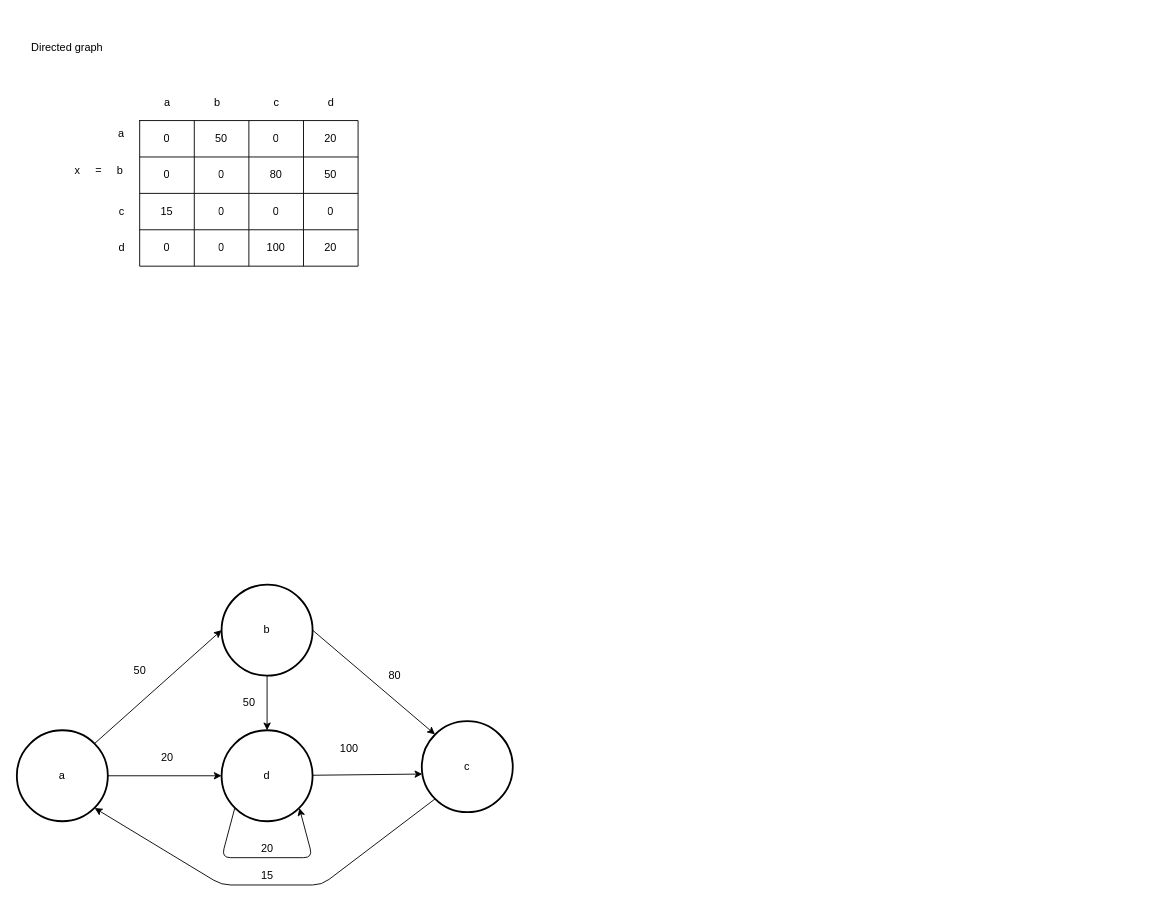
The draw.io diagram Chapter8/Adjacency Matrix.drawio in ZonaphatINET/65-2_Problem-Solving, before the edit. Source tidied: cells renumbered, new cells numbered last; positions are measured from the earlier drawing's top-left corner, leaving out a move shared by most shapes. Both pictures are drawn from the tidied source at 91%, with x=0, y=0 at pixel (16, 34).
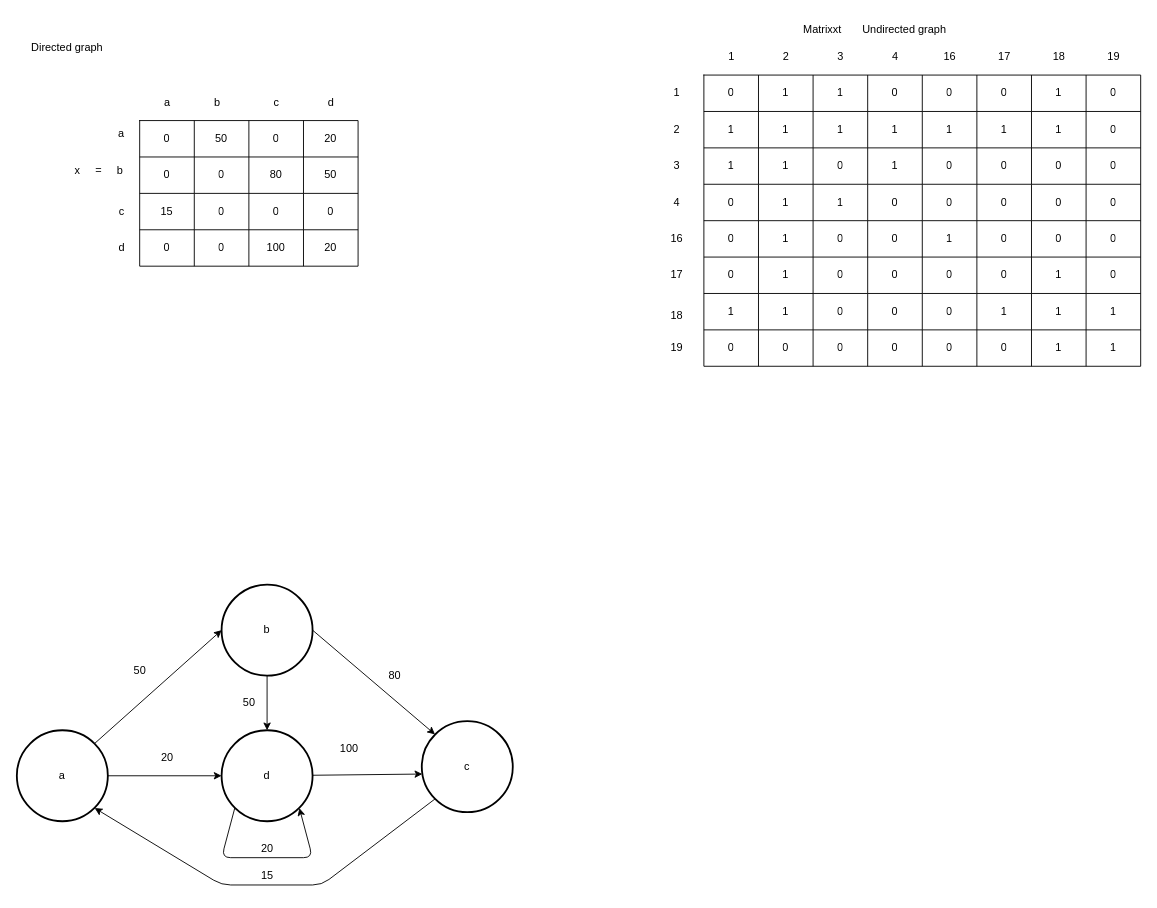
The same diagram, later.

Change to the diagram source:
```diff
@@
+    <mxCell id="50" style="shape=table;startSize=0;childLayout=tableLayout;" parent="1" vertex="1">
+      <mxGeometry x="755" y="45" width="480" height="320" as="geometry" />
+    </mxCell>
+    <mxCell id="51" style="shape=tableRow;horizontal=0;startSize=0;swimlaneHead=0;swimlaneBody=0;top=0;left=0;bottom=0;right=0;fillColor=none;" parent="50" vertex="1">
+      <mxGeometry width="480" height="40" as="geometry" />
+    </mxCell>
+    <mxCell id="52" value="0" style="shape=partialRectangle;html=1;whiteSpace=wrap;overflow=hidden;fillColor=none;top=0;left=0;bottom=0;right=0;" parent="51" vertex="1">
+      <mxGeometry width="60" height="40" as="geometry" />
+    </mxCell>
+    <mxCell id="53" value="1" style="shape=partialRectangle;html=1;whiteSpace=wrap;overflow=hidden;fillColor=none;top=0;left=0;bottom=0;right=0;" parent="51" vertex="1">
+      <mxGeometry x="60" width="60" height="40" as="geometry" />
+    </mxCell>
+    <mxCell id="54" value="1" style="shape=partialRectangle;html=1;whiteSpace=wrap;overflow=hidden;fillColor=none;top=0;left=0;bottom=0;right=0;" parent="51" vertex="1">
+      <mxGeometry x="120" width="60" height="40" as="geometry" />
+    </mxCell>
+    <mxCell id="55" value="0" style="shape=partialRectangle;html=1;whiteSpace=wrap;overflow=hidden;fillColor=none;top=0;left=0;bottom=0;right=0;" parent="51" vertex="1">
+      <mxGeometry x="180" width="60" height="40" as="geometry" />
+    </mxCell>
+    <mxCell id="56" value="0" style="shape=partialRectangle;html=1;whiteSpace=wrap;overflow=hidden;fillColor=none;top=0;left=0;bottom=0;right=0;" parent="51" vertex="1">
+      <mxGeometry x="240" width="60" height="40" as="geometry" />
+    </mxCell>
+    <mxCell id="57" value="0" style="shape=partialRectangle;html=1;whiteSpace=wrap;overflow=hidden;fillColor=none;top=0;left=0;bottom=0;right=0;" parent="51" vertex="1">
+      <mxGeometry x="300" width="60" height="40" as="geometry" />
+    </mxCell>
+    <mxCell id="58" value="1" style="shape=partialRectangle;html=1;whiteSpace=wrap;overflow=hidden;fillColor=none;top=0;left=0;bottom=0;right=0;" parent="51" vertex="1">
+      <mxGeometry x="360" width="60" height="40" as="geometry" />
+    </mxCell>
+    <mxCell id="59" value="0" style="shape=partialRectangle;html=1;whiteSpace=wrap;overflow=hidden;fillColor=none;top=0;left=0;bottom=0;right=0;" parent="51" vertex="1">
+      <mxGeometry x="420" width="60" height="40" as="geometry" />
+    </mxCell>
+    <mxCell id="60" style="shape=tableRow;horizontal=0;startSize=0;swimlaneHead=0;swimlaneBody=0;top=0;left=0;bottom=0;right=0;fillColor=none;" parent="50" vertex="1">
+      <mxGeometry y="40" width="480" height="40" as="geometry" />
+    </mxCell>
+    <mxCell id="61" value="1" style="shape=partialRectangle;html=1;whiteSpace=wrap;overflow=hidden;fillColor=none;top=0;left=0;bottom=0;right=0;" parent="60" vertex="1">
+      <mxGeometry width="60" height="40" as="geometry" />
+    </mxCell>
+    <mxCell id="62" value="1" style="shape=partialRectangle;html=1;whiteSpace=wrap;overflow=hidden;fillColor=none;top=0;left=0;bottom=0;right=0;" parent="60" vertex="1">
+      <mxGeometry x="60" width="60" height="40" as="geometry" />
+    </mxCell>
+    <mxCell id="63" value="1" style="shape=partialRectangle;html=1;whiteSpace=wrap;overflow=hidden;fillColor=none;top=0;left=0;bottom=0;right=0;" parent="60" vertex="1">
+      <mxGeometry x="120" width="60" height="40" as="geometry" />
+    </mxCell>
+    <mxCell id="64" value="1" style="shape=partialRectangle;html=1;whiteSpace=wrap;overflow=hidden;fillColor=none;top=0;left=0;bottom=0;right=0;" parent="60" vertex="1">
+      <mxGeometry x="180" width="60" height="40" as="geometry" />
+    </mxCell>
+    <mxCell id="65" value="1" style="shape=partialRectangle;html=1;whiteSpace=wrap;overflow=hidden;fillColor=none;top=0;left=0;bottom=0;right=0;" parent="60" vertex="1">
+      <mxGeometry x="240" width="60" height="40" as="geometry" />
+    </mxCell>
+    <mxCell id="66" value="1" style="shape=partialRectangle;html=1;whiteSpace=wrap;overflow=hidden;fillColor=none;top=0;left=0;bottom=0;right=0;" parent="60" vertex="1">
+      <mxGeometry x="300" width="60" height="40" as="geometry" />
+    </mxCell>
+    <mxCell id="67" value="1" style="shape=partialRectangle;html=1;whiteSpace=wrap;overflow=hidden;fillColor=none;top=0;left=0;bottom=0;right=0;" parent="60" vertex="1">
+      <mxGeometry x="360" width="60" height="40" as="geometry" />
+    </mxCell>
+    <mxCell id="68" value="0" style="shape=partialRectangle;html=1;whiteSpace=wrap;overflow=hidden;fillColor=none;top=0;left=0;bottom=0;right=0;" parent="60" vertex="1">
+      <mxGeometry x="420" width="60" height="40" as="geometry" />
+    </mxCell>
+    <mxCell id="69" style="shape=tableRow;horizontal=0;startSize=0;swimlaneHead=0;swimlaneBody=0;top=0;left=0;bottom=0;right=0;fillColor=none;" parent="50" vertex="1">
+      <mxGeometry y="80" width="480" height="40" as="geometry" />
+    </mxCell>
+    <mxCell id="70" value="1" style="shape=partialRectangle;html=1;whiteSpace=wrap;overflow=hidden;fillColor=none;top=0;left=0;bottom=0;right=0;" parent="69" vertex="1">
+      <mxGeometry width="60" height="40" as="geometry" />
+    </mxCell>
+    <mxCell id="71" value="1" style="shape=partialRectangle;html=1;whiteSpace=wrap;overflow=hidden;fillColor=none;top=0;left=0;bottom=0;right=0;" parent="69" vertex="1">
+      <mxGeometry x="60" width="60" height="40" as="geometry" />
+    </mxCell>
+    <mxCell id="72" value="0" style="shape=partialRectangle;html=1;whiteSpace=wrap;overflow=hidden;fillColor=none;top=0;left=0;bottom=0;right=0;" parent="69" vertex="1">
+      <mxGeometry x="120" width="60" height="40" as="geometry" />
+    </mxCell>
+    <mxCell id="73" value="1" style="shape=partialRectangle;html=1;whiteSpace=wrap;overflow=hidden;fillColor=none;top=0;left=0;bottom=0;right=0;" parent="69" vertex="1">
+      <mxGeometry x="180" width="60" height="40" as="geometry" />
+    </mxCell>
+    <mxCell id="74" value="0" style="shape=partialRectangle;html=1;whiteSpace=wrap;overflow=hidden;fillColor=none;top=0;left=0;bottom=0;right=0;" parent="69" vertex="1">
+      <mxGeometry x="240" width="60" height="40" as="geometry" />
+    </mxCell>
+    <mxCell id="75" value="0" style="shape=partialRectangle;html=1;whiteSpace=wrap;overflow=hidden;fillColor=none;top=0;left=0;bottom=0;right=0;" parent="69" vertex="1">
+      <mxGeometry x="300" width="60" height="40" as="geometry" />
+    </mxCell>
+    <mxCell id="76" value="0" style="shape=partialRectangle;html=1;whiteSpace=wrap;overflow=hidden;fillColor=none;top=0;left=0;bottom=0;right=0;" parent="69" vertex="1">
+      <mxGeometry x="360" width="60" height="40" as="geometry" />
+    </mxCell>
+    <mxCell id="77" value="0" style="shape=partialRectangle;html=1;whiteSpace=wrap;overflow=hidden;fillColor=none;top=0;left=0;bottom=0;right=0;" parent="69" vertex="1">
+      <mxGeometry x="420" width="60" height="40" as="geometry" />
+    </mxCell>
+    <mxCell id="78" style="shape=tableRow;horizontal=0;startSize=0;swimlaneHead=0;swimlaneBody=0;top=0;left=0;bottom=0;right=0;fillColor=none;" parent="50" vertex="1">
+      <mxGeometry y="120" width="480" height="40" as="geometry" />
+    </mxCell>
+    <mxCell id="79" value="0" style="shape=partialRectangle;html=1;whiteSpace=wrap;overflow=hidden;fillColor=none;top=0;left=0;bottom=0;right=0;" parent="78" vertex="1">
+      <mxGeometry width="60" height="40" as="geometry" />
+    </mxCell>
+    <mxCell id="80" value="1" style="shape=partialRectangle;html=1;whiteSpace=wrap;overflow=hidden;fillColor=none;top=0;left=0;bottom=0;right=0;" parent="78" vertex="1">
+      <mxGeometry x="60" width="60" height="40" as="geometry" />
+    </mxCell>
+    <mxCell id="81" value="1" style="shape=partialRectangle;html=1;whiteSpace=wrap;overflow=hidden;fillColor=none;top=0;left=0;bottom=0;right=0;" parent="78" vertex="1">
+      <mxGeometry x="120" width="60" height="40" as="geometry" />
+    </mxCell>
+    <mxCell id="82" value="0" style="shape=partialRectangle;html=1;whiteSpace=wrap;overflow=hidden;fillColor=none;top=0;left=0;bottom=0;right=0;" parent="78" vertex="1">
+      <mxGeometry x="180" width="60" height="40" as="geometry" />
+    </mxCell>
+    <mxCell id="83" value="0" style="shape=partialRectangle;html=1;whiteSpace=wrap;overflow=hidden;fillColor=none;top=0;left=0;bottom=0;right=0;" parent="78" vertex="1">
+      <mxGeometry x="240" width="60" height="40" as="geometry" />
+    </mxCell>
+    <mxCell id="84" value="0" style="shape=partialRectangle;html=1;whiteSpace=wrap;overflow=hidden;fillColor=none;top=0;left=0;bottom=0;right=0;" parent="78" vertex="1">
+      <mxGeometry x="300" width="60" height="40" as="geometry" />
+    </mxCell>
+    <mxCell id="85" value="0" style="shape=partialRectangle;html=1;whiteSpace=wrap;overflow=hidden;fillColor=none;top=0;left=0;bottom=0;right=0;" parent="78" vertex="1">
+      <mxGeometry x="360" width="60" height="40" as="geometry" />
+    </mxCell>
+    <mxCell id="86" value="0" style="shape=partialRectangle;html=1;whiteSpace=wrap;overflow=hidden;fillColor=none;top=0;left=0;bottom=0;right=0;" parent="78" vertex="1">
+      <mxGeometry x="420" width="60" height="40" as="geometry" />
+    </mxCell>
+    <mxCell id="87" style="shape=tableRow;horizontal=0;startSize=0;swimlaneHead=0;swimlaneBody=0;top=0;left=0;bottom=0;right=0;fillColor=none;" parent="50" vertex="1">
+      <mxGeometry y="160" width="480" height="40" as="geometry" />
+    </mxCell>
+    <mxCell id="88" value="0" style="shape=partialRectangle;html=1;whiteSpace=wrap;overflow=hidden;fillColor=none;top=0;left=0;bottom=0;right=0;" parent="87" vertex="1">
+      <mxGeometry width="60" height="40" as="geometry" />
+    </mxCell>
+    <mxCell id="89" value="1" style="shape=partialRectangle;html=1;whiteSpace=wrap;overflow=hidden;fillColor=none;top=0;left=0;bottom=0;right=0;" parent="87" vertex="1">
+      <mxGeometry x="60" width="60" height="40" as="geometry" />
+    </mxCell>
+    <mxCell id="90" value="0" style="shape=partialRectangle;html=1;whiteSpace=wrap;overflow=hidden;fillColor=none;top=0;left=0;bottom=0;right=0;" parent="87" vertex="1">
+      <mxGeometry x="120" width="60" height="40" as="geometry" />
+    </mxCell>
+    <mxCell id="91" value="0" style="shape=partialRectangle;html=1;whiteSpace=wrap;overflow=hidden;fillColor=none;top=0;left=0;bottom=0;right=0;" parent="87" vertex="1">
+      <mxGeometry x="180" width="60" height="40" as="geometry" />
+    </mxCell>
+    <mxCell id="92" value="1" style="shape=partialRectangle;html=1;whiteSpace=wrap;overflow=hidden;fillColor=none;top=0;left=0;bottom=0;right=0;" parent="87" vertex="1">
+      <mxGeometry x="240" width="60" height="40" as="geometry" />
+    </mxCell>
+    <mxCell id="93" value="0" style="shape=partialRectangle;html=1;whiteSpace=wrap;overflow=hidden;fillColor=none;top=0;left=0;bottom=0;right=0;" parent="87" vertex="1">
+      <mxGeometry x="300" width="60" height="40" as="geometry" />
+    </mxCell>
+    <mxCell id="94" value="0" style="shape=partialRectangle;html=1;whiteSpace=wrap;overflow=hidden;fillColor=none;top=0;left=0;bottom=0;right=0;" parent="87" vertex="1">
+      <mxGeometry x="360" width="60" height="40" as="geometry" />
+    </mxCell>
+    <mxCell id="95" value="0" style="shape=partialRectangle;html=1;whiteSpace=wrap;overflow=hidden;fillColor=none;top=0;left=0;bottom=0;right=0;" parent="87" vertex="1">
+      <mxGeometry x="420" width="60" height="40" as="geometry" />
+    </mxCell>
+    <mxCell id="96" style="shape=tableRow;horizontal=0;startSize=0;swimlaneHead=0;swimlaneBody=0;top=0;left=0;bottom=0;right=0;fillColor=none;" parent="50" vertex="1">
+      <mxGeometry y="200" width="480" height="40" as="geometry" />
+    </mxCell>
+    <mxCell id="97" value="0" style="shape=partialRectangle;html=1;whiteSpace=wrap;overflow=hidden;fillColor=none;top=0;left=0;bottom=0;right=0;" parent="96" vertex="1">
+      <mxGeometry width="60" height="40" as="geometry" />
+    </mxCell>
+    <mxCell id="98" value="1" style="shape=partialRectangle;html=1;whiteSpace=wrap;overflow=hidden;fillColor=none;top=0;left=0;bottom=0;right=0;" parent="96" vertex="1">
+      <mxGeometry x="60" width="60" height="40" as="geometry" />
+    </mxCell>
+    <mxCell id="99" value="0" style="shape=partialRectangle;html=1;whiteSpace=wrap;overflow=hidden;fillColor=none;top=0;left=0;bottom=0;right=0;" parent="96" vertex="1">
+      <mxGeometry x="120" width="60" height="40" as="geometry" />
+    </mxCell>
+    <mxCell id="100" value="0" style="shape=partialRectangle;html=1;whiteSpace=wrap;overflow=hidden;fillColor=none;top=0;left=0;bottom=0;right=0;" parent="96" vertex="1">
+      <mxGeometry x="180" width="60" height="40" as="geometry" />
+    </mxCell>
+    <mxCell id="101" value="0" style="shape=partialRectangle;html=1;whiteSpace=wrap;overflow=hidden;fillColor=none;top=0;left=0;bottom=0;right=0;" parent="96" vertex="1">
+      <mxGeometry x="240" width="60" height="40" as="geometry" />
+    </mxCell>
+    <mxCell id="102" value="0" style="shape=partialRectangle;html=1;whiteSpace=wrap;overflow=hidden;fillColor=none;top=0;left=0;bottom=0;right=0;" parent="96" vertex="1">
+      <mxGeometry x="300" width="60" height="40" as="geometry" />
+    </mxCell>
+    <mxCell id="103" value="1" style="shape=partialRectangle;html=1;whiteSpace=wrap;overflow=hidden;fillColor=none;top=0;left=0;bottom=0;right=0;" parent="96" vertex="1">
+      <mxGeometry x="360" width="60" height="40" as="geometry" />
+    </mxCell>
+    <mxCell id="104" value="0" style="shape=partialRectangle;html=1;whiteSpace=wrap;overflow=hidden;fillColor=none;top=0;left=0;bottom=0;right=0;" parent="96" vertex="1">
+      <mxGeometry x="420" width="60" height="40" as="geometry" />
+    </mxCell>
+    <mxCell id="105" style="shape=tableRow;horizontal=0;startSize=0;swimlaneHead=0;swimlaneBody=0;top=0;left=0;bottom=0;right=0;fillColor=none;" parent="50" vertex="1">
+      <mxGeometry y="240" width="480" height="40" as="geometry" />
+    </mxCell>
+    <mxCell id="106" value="1" style="shape=partialRectangle;html=1;whiteSpace=wrap;overflow=hidden;fillColor=none;top=0;left=0;bottom=0;right=0;" parent="105" vertex="1">
+      <mxGeometry width="60" height="40" as="geometry" />
+    </mxCell>
+    <mxCell id="107" value="1" style="shape=partialRectangle;html=1;whiteSpace=wrap;overflow=hidden;fillColor=none;top=0;left=0;bottom=0;right=0;" parent="105" vertex="1">
+      <mxGeometry x="60" width="60" height="40" as="geometry" />
+    </mxCell>
+    <mxCell id="108" value="0" style="shape=partialRectangle;html=1;whiteSpace=wrap;overflow=hidden;fillColor=none;top=0;left=0;bottom=0;right=0;" parent="105" vertex="1">
+      <mxGeometry x="120" width="60" height="40" as="geometry" />
+    </mxCell>
+    <mxCell id="109" value="0" style="shape=partialRectangle;html=1;whiteSpace=wrap;overflow=hidden;fillColor=none;top=0;left=0;bottom=0;right=0;" parent="105" vertex="1">
+      <mxGeometry x="180" width="60" height="40" as="geometry" />
+    </mxCell>
+    <mxCell id="110" value="0" style="shape=partialRectangle;html=1;whiteSpace=wrap;overflow=hidden;fillColor=none;top=0;left=0;bottom=0;right=0;" parent="105" vertex="1">
+      <mxGeometry x="240" width="60" height="40" as="geometry" />
+    </mxCell>
+    <mxCell id="111" value="1" style="shape=partialRectangle;html=1;whiteSpace=wrap;overflow=hidden;fillColor=none;top=0;left=0;bottom=0;right=0;" parent="105" vertex="1">
+      <mxGeometry x="300" width="60" height="40" as="geometry" />
+    </mxCell>
+    <mxCell id="112" value="1" style="shape=partialRectangle;html=1;whiteSpace=wrap;overflow=hidden;fillColor=none;top=0;left=0;bottom=0;right=0;" parent="105" vertex="1">
+      <mxGeometry x="360" width="60" height="40" as="geometry" />
+    </mxCell>
+    <mxCell id="113" value="1" style="shape=partialRectangle;html=1;whiteSpace=wrap;overflow=hidden;fillColor=none;top=0;left=0;bottom=0;right=0;" parent="105" vertex="1">
+      <mxGeometry x="420" width="60" height="40" as="geometry" />
+    </mxCell>
+    <mxCell id="114" style="shape=tableRow;horizontal=0;startSize=0;swimlaneHead=0;swimlaneBody=0;top=0;left=0;bottom=0;right=0;fillColor=none;" parent="50" vertex="1">
+      <mxGeometry y="280" width="480" height="40" as="geometry" />
+    </mxCell>
+    <mxCell id="115" value="0" style="shape=partialRectangle;html=1;whiteSpace=wrap;overflow=hidden;fillColor=none;top=0;left=0;bottom=0;right=0;" parent="114" vertex="1">
+      <mxGeometry width="60" height="40" as="geometry" />
+    </mxCell>
+    <mxCell id="116" value="0" style="shape=partialRectangle;html=1;whiteSpace=wrap;overflow=hidden;fillColor=none;top=0;left=0;bottom=0;right=0;" parent="114" vertex="1">
+      <mxGeometry x="60" width="60" height="40" as="geometry" />
+    </mxCell>
+    <mxCell id="117" value="0" style="shape=partialRectangle;html=1;whiteSpace=wrap;overflow=hidden;fillColor=none;top=0;left=0;bottom=0;right=0;" parent="114" vertex="1">
+      <mxGeometry x="120" width="60" height="40" as="geometry" />
+    </mxCell>
+    <mxCell id="118" value="0" style="shape=partialRectangle;html=1;whiteSpace=wrap;overflow=hidden;fillColor=none;top=0;left=0;bottom=0;right=0;" parent="114" vertex="1">
+      <mxGeometry x="180" width="60" height="40" as="geometry" />
+    </mxCell>
+    <mxCell id="119" value="0" style="shape=partialRectangle;html=1;whiteSpace=wrap;overflow=hidden;fillColor=none;top=0;left=0;bottom=0;right=0;" parent="114" vertex="1">
+      <mxGeometry x="240" width="60" height="40" as="geometry" />
+    </mxCell>
+    <mxCell id="120" value="0" style="shape=partialRectangle;html=1;whiteSpace=wrap;overflow=hidden;fillColor=none;top=0;left=0;bottom=0;right=0;" parent="114" vertex="1">
+      <mxGeometry x="300" width="60" height="40" as="geometry" />
+    </mxCell>
+    <mxCell id="121" value="1" style="shape=partialRectangle;html=1;whiteSpace=wrap;overflow=hidden;fillColor=none;top=0;left=0;bottom=0;right=0;" parent="114" vertex="1">
+      <mxGeometry x="360" width="60" height="40" as="geometry" />
+    </mxCell>
+    <mxCell id="122" value="1" style="shape=partialRectangle;html=1;whiteSpace=wrap;overflow=hidden;fillColor=none;top=0;left=0;bottom=0;right=0;" parent="114" vertex="1">
+      <mxGeometry x="420" width="60" height="40" as="geometry" />
+    </mxCell>
+    <mxCell id="123" value="1" style="text;html=1;align=center;verticalAlign=middle;strokeColor=none;fillColor=none;" parent="1" vertex="1">
+      <mxGeometry x="770" y="10" width="30" height="30" as="geometry" />
+    </mxCell>
+    <mxCell id="124" value="2" style="text;html=1;align=center;verticalAlign=middle;strokeColor=none;fillColor=none;" parent="1" vertex="1">
+      <mxGeometry x="830" y="10" width="30" height="30" as="geometry" />
+    </mxCell>
+    <mxCell id="125" value="3" style="text;html=1;align=center;verticalAlign=middle;strokeColor=none;fillColor=none;" parent="1" vertex="1">
+      <mxGeometry x="890" y="10" width="30" height="30" as="geometry" />
+    </mxCell>
+    <mxCell id="126" value="4" style="text;html=1;align=center;verticalAlign=middle;strokeColor=none;fillColor=none;" parent="1" vertex="1">
+      <mxGeometry x="950" y="10" width="30" height="30" as="geometry" />
+    </mxCell>
+    <mxCell id="127" value="16" style="text;html=1;align=center;verticalAlign=middle;strokeColor=none;fillColor=none;" parent="1" vertex="1">
+      <mxGeometry x="1005" y="10" width="40" height="30" as="geometry" />
+    </mxCell>
+    <mxCell id="128" value="17" style="text;html=1;align=center;verticalAlign=middle;strokeColor=none;fillColor=none;" parent="1" vertex="1">
+      <mxGeometry x="1065" y="10" width="40" height="30" as="geometry" />
+    </mxCell>
+    <mxCell id="129" value="18" style="text;html=1;align=center;verticalAlign=middle;strokeColor=none;fillColor=none;" parent="1" vertex="1">
+      <mxGeometry x="1125" y="10" width="40" height="30" as="geometry" />
+    </mxCell>
+    <mxCell id="130" value="19" style="text;html=1;align=center;verticalAlign=middle;strokeColor=none;fillColor=none;" parent="1" vertex="1">
+      <mxGeometry x="1185" y="10" width="40" height="30" as="geometry" />
+    </mxCell>
+    <mxCell id="131" value="1" style="text;html=1;align=center;verticalAlign=middle;strokeColor=none;fillColor=none;" parent="1" vertex="1">
+      <mxGeometry x="710" y="50" width="30" height="30" as="geometry" />
+    </mxCell>
+    <mxCell id="132" value="2" style="text;html=1;align=center;verticalAlign=middle;strokeColor=none;fillColor=none;" parent="1" vertex="1">
+      <mxGeometry x="710" y="90" width="30" height="30" as="geometry" />
+    </mxCell>
+    <mxCell id="133" value="3" style="text;html=1;align=center;verticalAlign=middle;strokeColor=none;fillColor=none;" parent="1" vertex="1">
+      <mxGeometry x="710" y="130" width="30" height="30" as="geometry" />
+    </mxCell>
+    <mxCell id="134" value="4" style="text;html=1;align=center;verticalAlign=middle;strokeColor=none;fillColor=none;" parent="1" vertex="1">
+      <mxGeometry x="710" y="170" width="30" height="30" as="geometry" />
+    </mxCell>
+    <mxCell id="135" value="16" style="text;html=1;align=center;verticalAlign=middle;strokeColor=none;fillColor=none;" parent="1" vertex="1">
+      <mxGeometry x="705" y="210" width="40" height="30" as="geometry" />
+    </mxCell>
+    <mxCell id="136" value="17" style="text;html=1;align=center;verticalAlign=middle;strokeColor=none;fillColor=none;" parent="1" vertex="1">
+      <mxGeometry x="705" y="250" width="40" height="30" as="geometry" />
+    </mxCell>
+    <mxCell id="137" value="18" style="text;html=1;align=center;verticalAlign=middle;strokeColor=none;fillColor=none;" parent="1" vertex="1">
+      <mxGeometry x="705" y="295" width="40" height="30" as="geometry" />
+    </mxCell>
+    <mxCell id="138" value="19" style="text;html=1;align=center;verticalAlign=middle;strokeColor=none;fillColor=none;" parent="1" vertex="1">
+      <mxGeometry x="705" y="330" width="40" height="30" as="geometry" />
+    </mxCell>
+    <mxCell id="139" value="Undirected graph" style="text;html=1;align=center;verticalAlign=middle;strokeColor=none;fillColor=none;" parent="1" vertex="1">
+      <mxGeometry x="915" y="-20" width="120" height="30" as="geometry" />
+    </mxCell>
+    <mxCell id="140" value="Matrixxt" style="text;html=1;align=center;verticalAlign=middle;strokeColor=none;fillColor=none;" parent="1" vertex="1">
+      <mxGeometry x="850" y="-20" width="70" height="30" as="geometry" />
+    </mxCell>
```
